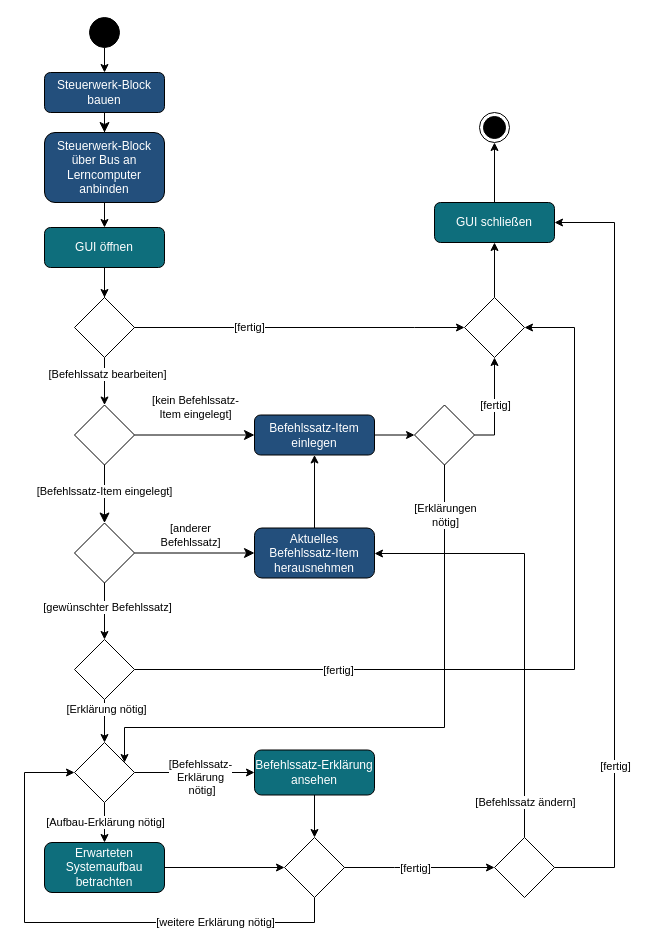
Earlier version of the draw.io diagram AktivitaetsdiagrammSteuerwerk.drawio (LundiNord/RISCJ-Diagramms). Source tidied: cells renumbered, new cells numbered last; positions are measured from the earlier drawing's top-left corner, leaving out a move shared by most shapes. Both pictures are drawn from the tidied source at 100%, with x=0, y=0 at pixel (24, 17).
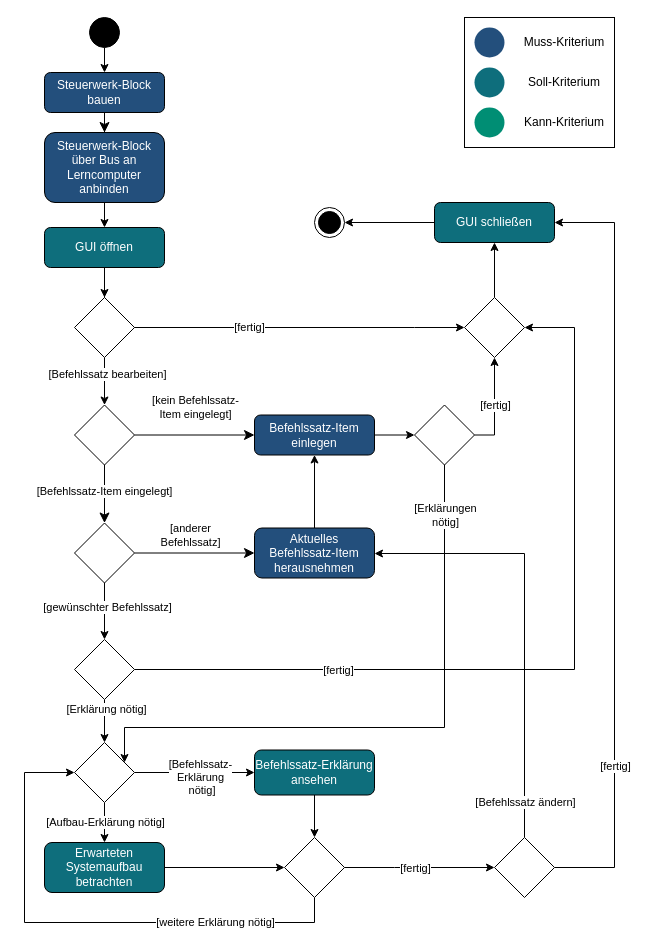
The same diagram, later.

The edit, as a diff of the source:
```diff
@@
     <mxCell id="48" style="ellipse;html=1;shape=endState;fillColor=strokeColor;" parent="1" vertex="1">
-      <mxGeometry x="455" y="95" width="30" height="30" as="geometry" />
+      <mxGeometry x="290" y="190" width="30" height="30" as="geometry" />
     </mxCell>
@@
+    <mxCell id="60" style="group;" parent="1" vertex="1">
+      <mxGeometry x="440" width="150" height="130" as="geometry" />
+    </mxCell>
+    <mxCell id="61" style="ellipse;whiteSpace=wrap;html=1;strokeColor=none;fillColor=#234F7C;" parent="60" vertex="1">
+      <mxGeometry x="10" y="10" width="30" height="30" as="geometry" />
+    </mxCell>
+    <mxCell id="62" style="ellipse;whiteSpace=wrap;html=1;strokeColor=none;fillColor=#0E6E7C;" parent="60" vertex="1">
+      <mxGeometry x="10" y="50" width="30" height="30" as="geometry" />
+    </mxCell>
+    <mxCell id="63" style="ellipse;whiteSpace=wrap;html=1;strokeColor=none;fillColor=#008E74;" parent="60" vertex="1">
+      <mxGeometry x="10" y="90" width="30" height="30" as="geometry" />
+    </mxCell>
+    <mxCell id="64" value="Muss-Kriterium" style="text;html=1;strokeColor=none;fillColor=none;align=center;verticalAlign=middle;whiteSpace=wrap;rounded=0;" parent="60" vertex="1">
+      <mxGeometry x="50" y="10" width="100" height="30" as="geometry" />
+    </mxCell>
+    <mxCell id="65" value="Soll-Kriterium" style="text;html=1;strokeColor=none;fillColor=none;align=center;verticalAlign=middle;whiteSpace=wrap;rounded=0;" parent="60" vertex="1">
+      <mxGeometry x="50" y="50" width="100" height="30" as="geometry" />
+    </mxCell>
+    <mxCell id="66" value="Kann-Kriterium" style="text;html=1;strokeColor=none;fillColor=none;align=center;verticalAlign=middle;whiteSpace=wrap;rounded=0;" parent="60" vertex="1">
+      <mxGeometry x="50" y="90" width="100" height="30" as="geometry" />
+    </mxCell>
+    <mxCell id="67" style="rounded=0;whiteSpace=wrap;html=1;fillColor=none;" parent="60" vertex="1">
+      <mxGeometry width="150" height="130" as="geometry" />
+    </mxCell>
```
